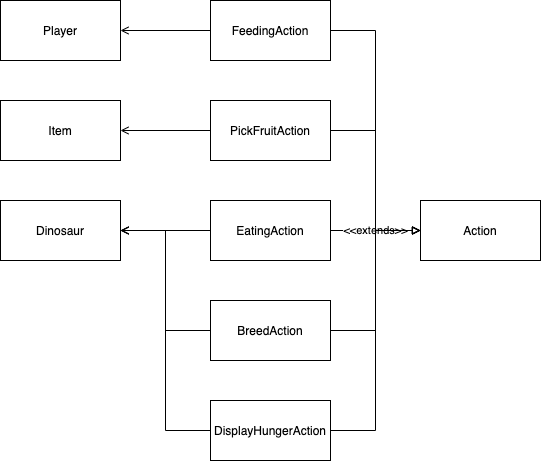
Above: docs/FIT2099_A1_UML_Action.png in Nochl/Jurrasic_Park_Sim (draw.io), before the change. Source tidied: cells renumbered, new cells last; positions are measured from the earlier drawing's top-left corner, leaving out a move shared by most shapes.
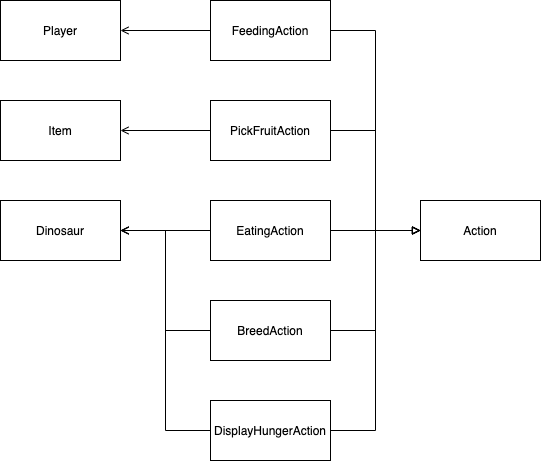
Later version of the same file.

Commit message:
Altered UML Class Diagrams

The edit, as a diff of the source:
```diff
@@ -11,7 +11,7 @@
     <mxCell id="4" value="&lt;span&gt;BreedAction&lt;/span&gt;" style="whiteSpace=wrap;html=1;" parent="1" vertex="1">
       <mxGeometry x="210" y="300" width="120" height="60" as="geometry" />
     </mxCell>
-    <mxCell id="5" value="&amp;lt;&amp;lt;extends&amp;gt;&amp;gt;" style="edgeStyle=orthogonalEdgeStyle;rounded=0;jettySize=auto;html=1;startArrow=none;startFill=0;endArrow=block;endFill=0;" parent="1" edge="1" source="7" target="14">
+    <mxCell id="5" style="edgeStyle=orthogonalEdgeStyle;rounded=0;jettySize=auto;html=1;startArrow=none;startFill=0;endArrow=block;endFill=0;" parent="1" edge="1" source="7" target="14">
       <mxGeometry relative="1" as="geometry" />
     </mxCell>
     <mxCell id="6" style="edgeStyle=orthogonalEdgeStyle;rounded=0;jettySize=auto;html=1;entryX=1;entryY=0.5;entryDx=0;entryDy=0;endArrow=open;endFill=0;" parent="1" edge="1" source="7" target="20">
```
